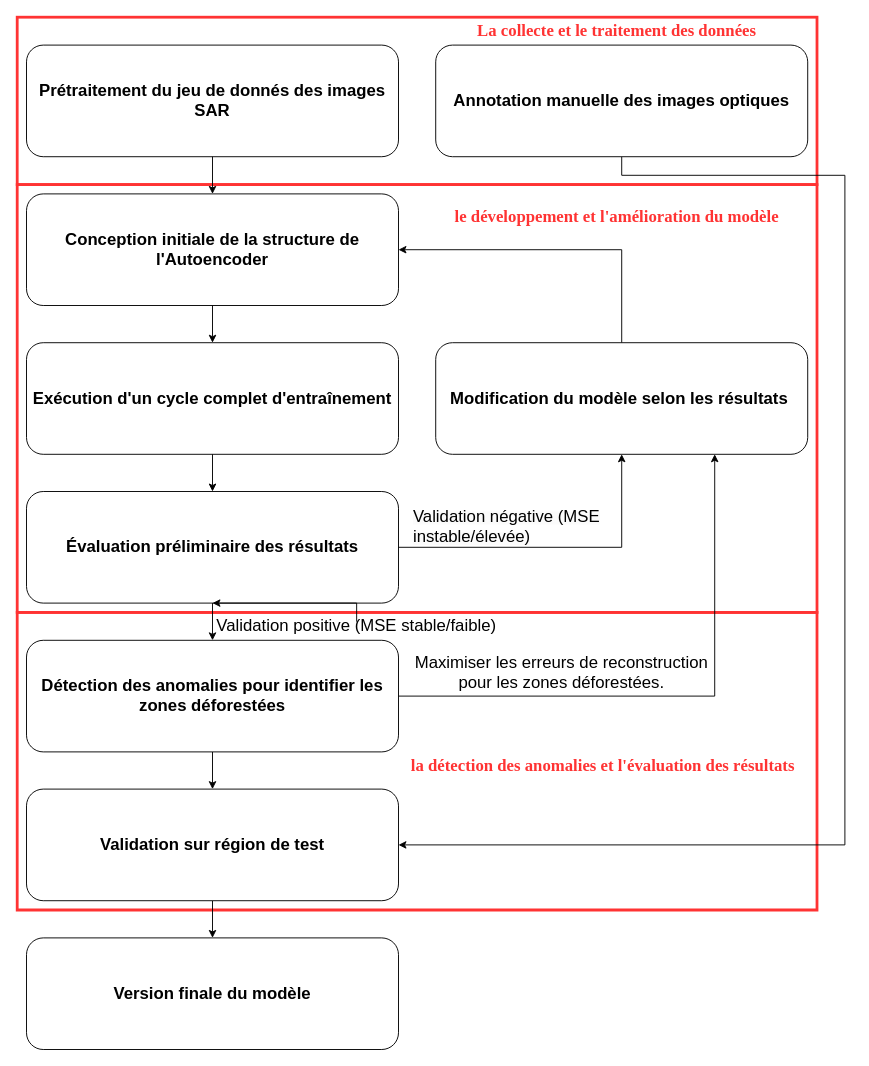
Above: report/flow_chart/flow_chart_ppt.drawio in ZhangYiFan2003/SAR_Deforestation_Detection_Autoencoder (draw.io), before the change. Source tidied: cells renumbered, new cells numbered last; positions are measured from the earlier drawing's top-left corner, leaving out a move shared by most shapes. Both pictures are drawn from the tidied source at 93%, with x=0, y=0 at pixel (17, 17).
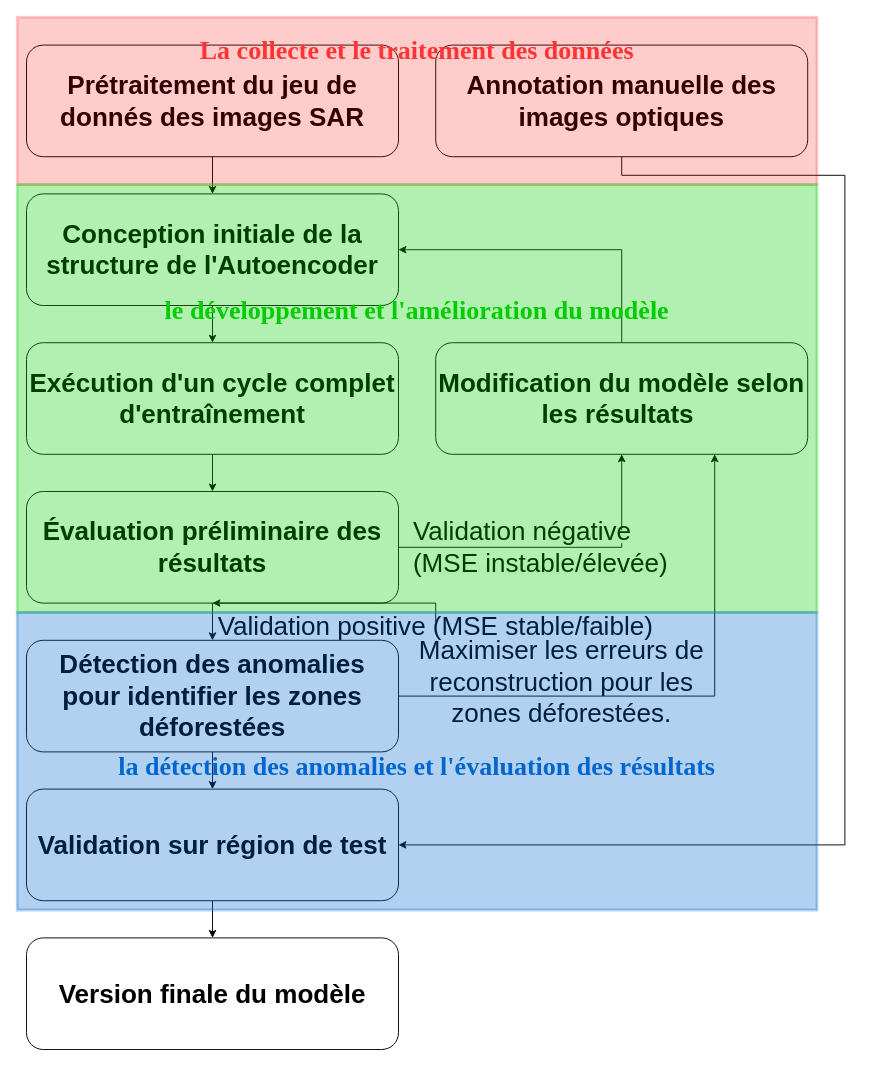
After the change.

The edit, as a diff of the source:
```diff
@@
-    <mxCell id="2" style="verticalLabelPosition=bottom;verticalAlign=top;html=1;shape=mxgraph.basic.rect;fillColor2=none;strokeWidth=3;size=20;indent=5;strokeColor=#FF3333;" parent="1" vertex="1">
-      <mxGeometry y="640" width="860" height="320" as="geometry" />
-    </mxCell>
-    <mxCell id="3" style="rounded=0;whiteSpace=wrap;html=1;strokeWidth=3;strokeColor=#FF3333;" parent="1" vertex="1">
-      <mxGeometry y="180" width="860" height="460" as="geometry" />
-    </mxCell>
-    <mxCell id="4" value="&lt;h1&gt;&lt;br&gt;&lt;/h1&gt;" style="rounded=0;whiteSpace=wrap;html=1;fillColor=none;strokeWidth=3;strokeColor=#FF3333;" parent="1" vertex="1">
-      <mxGeometry width="860" height="180" as="geometry" />
-    </mxCell>
@@
-    <mxCell id="6" value="&lt;b&gt;&lt;font style=&quot;font-size: 18px;&quot;&gt;Annotation manuelle des images optiques&lt;/font&gt;&lt;/b&gt;" style="rounded=1;whiteSpace=wrap;html=1;fontSize=12;glass=0;strokeWidth=1;shadow=0;" parent="1" vertex="1">
+    <mxCell id="6" value="&lt;b&gt;&lt;font style=&quot;font-size: 28px;&quot;&gt;Annotation manuelle des images optiques&lt;/font&gt;&lt;/b&gt;" style="rounded=1;whiteSpace=wrap;html=1;fontSize=12;glass=0;strokeWidth=1;shadow=0;" parent="1" vertex="1">
       <mxGeometry x="450" y="30" width="400" height="120" as="geometry" />
     </mxCell>
-    <mxCell id="7" value="&lt;b&gt;&lt;font style=&quot;font-size: 18px;&quot;&gt;Prétraitement du jeu de donnés des images SAR&lt;/font&gt;&lt;/b&gt;" style="rounded=1;whiteSpace=wrap;html=1;fontSize=12;glass=0;strokeWidth=1;shadow=0;" parent="1" vertex="1">
+    <mxCell id="7" value="&lt;b&gt;&lt;font style=&quot;font-size: 28px;&quot;&gt;Prétraitement du jeu de donnés des images SAR&lt;/font&gt;&lt;/b&gt;" style="rounded=1;whiteSpace=wrap;html=1;fontSize=12;glass=0;strokeWidth=1;shadow=0;" parent="1" vertex="1">
       <mxGeometry x="10" y="30" width="400" height="120" as="geometry" />
     </mxCell>
@@
-    <mxCell id="9" value="&lt;b&gt;&lt;font style=&quot;font-size: 18px;&quot;&gt;Conception initiale de la structure de l'Autoencoder&lt;/font&gt;&lt;/b&gt;" style="rounded=1;whiteSpace=wrap;html=1;fontSize=12;glass=0;strokeWidth=1;shadow=0;" parent="1" vertex="1">
+    <mxCell id="9" value="&lt;b&gt;&lt;font style=&quot;font-size: 28px;&quot;&gt;Conception initiale de la structure de l'Autoencoder&lt;/font&gt;&lt;/b&gt;" style="rounded=1;whiteSpace=wrap;html=1;fontSize=12;glass=0;strokeWidth=1;shadow=0;" parent="1" vertex="1">
       <mxGeometry x="10" y="190" width="400" height="120" as="geometry" />
     </mxCell>
@@
-    <mxCell id="11" value="&lt;b&gt;&lt;font style=&quot;font-size: 18px;&quot;&gt;Exécution d'un cycle complet d'entraînement&lt;/font&gt;&lt;/b&gt;" style="rounded=1;whiteSpace=wrap;html=1;fontSize=12;glass=0;strokeWidth=1;shadow=0;" parent="1" vertex="1">
+    <mxCell id="11" value="&lt;b&gt;&lt;font style=&quot;font-size: 28px;&quot;&gt;Exécution d'un cycle complet d'entraînement&lt;/font&gt;&lt;/b&gt;" style="rounded=1;whiteSpace=wrap;html=1;fontSize=12;glass=0;strokeWidth=1;shadow=0;" parent="1" vertex="1">
       <mxGeometry x="10" y="350" width="400" height="120" as="geometry" />
     </mxCell>
@@
-    <mxCell id="14" value="&lt;b&gt;&lt;font style=&quot;font-size: 18px;&quot;&gt;Évaluation préliminaire des résultats&lt;/font&gt;&lt;/b&gt;" style="rounded=1;whiteSpace=wrap;html=1;fontSize=12;glass=0;strokeWidth=1;shadow=0;" parent="1" vertex="1">
+    <mxCell id="14" value="&lt;b&gt;&lt;font style=&quot;font-size: 28px;&quot;&gt;Évaluation préliminaire des résultats&lt;/font&gt;&lt;/b&gt;" style="rounded=1;whiteSpace=wrap;html=1;fontSize=12;glass=0;strokeWidth=1;shadow=0;" parent="1" vertex="1">
       <mxGeometry x="10" y="510" width="400" height="120" as="geometry" />
     </mxCell>
@@
-    <mxCell id="17" value="&lt;font style=&quot;font-size: 18px;&quot;&gt;&lt;b&gt;Modification du modèle selon les résultats&lt;/b&gt;&lt;span style=&quot;background-color: transparent; color: light-dark(rgb(0, 0, 0), rgb(255, 255, 255));&quot;&gt;&amp;nbsp;&lt;/span&gt;&lt;/font&gt;" style="rounded=1;whiteSpace=wrap;html=1;fontSize=12;glass=0;strokeWidth=1;shadow=0;" parent="1" vertex="1">
+    <mxCell id="17" value="&lt;font style=&quot;font-size: 28px;&quot;&gt;&lt;b style=&quot;&quot;&gt;Modification du modèle selon les résultats&lt;/b&gt;&lt;span style=&quot;background-color: transparent; color: light-dark(rgb(0, 0, 0), rgb(255, 255, 255));&quot;&gt;&amp;nbsp;&lt;/span&gt;&lt;/font&gt;" style="rounded=1;whiteSpace=wrap;html=1;fontSize=12;glass=0;strokeWidth=1;shadow=0;" parent="1" vertex="1">
       <mxGeometry x="450" y="350" width="400" height="120" as="geometry" />
     </mxCell>
@@
-    <mxCell id="19" value="&lt;span style=&quot;text-align: left;&quot;&gt;&lt;b&gt;&lt;font style=&quot;font-size: 18px;&quot;&gt;Validation sur région de test&lt;/font&gt;&lt;/b&gt;&lt;/span&gt;" style="rounded=1;whiteSpace=wrap;html=1;fontSize=12;glass=0;strokeWidth=1;shadow=0;" parent="1" vertex="1">
+    <mxCell id="19" value="&lt;span style=&quot;text-align: left;&quot;&gt;&lt;b&gt;&lt;font style=&quot;font-size: 28px;&quot;&gt;Validation sur région de test&lt;/font&gt;&lt;/b&gt;&lt;/span&gt;" style="rounded=1;whiteSpace=wrap;html=1;fontSize=12;glass=0;strokeWidth=1;shadow=0;" parent="1" vertex="1">
       <mxGeometry x="10" y="830" width="400" height="120" as="geometry" />
     </mxCell>
-    <mxCell id="20" value="&lt;span style=&quot;text-align: left;&quot;&gt;&lt;b&gt;&lt;font style=&quot;font-size: 18px;&quot;&gt;Version finale du modèle&lt;/font&gt;&lt;/b&gt;&lt;/span&gt;" style="rounded=1;whiteSpace=wrap;html=1;fontSize=12;glass=0;strokeWidth=1;shadow=0;" parent="1" vertex="1">
+    <mxCell id="20" value="&lt;span style=&quot;text-align: left;&quot;&gt;&lt;b&gt;&lt;font style=&quot;font-size: 28px;&quot;&gt;Version finale du modèle&lt;/font&gt;&lt;/b&gt;&lt;/span&gt;" style="rounded=1;whiteSpace=wrap;html=1;fontSize=12;glass=0;strokeWidth=1;shadow=0;" parent="1" vertex="1">
       <mxGeometry x="10" y="990" width="400" height="120" as="geometry" />
     </mxCell>
@@
-    <mxCell id="22" value="&lt;font style=&quot;font-size: 18px;&quot;&gt;Validation positive (MSE stable/faible)&lt;/font&gt;" style="text;html=1;align=center;verticalAlign=middle;whiteSpace=wrap;rounded=0;fontSize=16;" parent="1" vertex="1">
-      <mxGeometry x="200" y="650" width="330" height="10" as="geometry" />
+    <mxCell id="22" value="&lt;font style=&quot;font-size: 28px;&quot;&gt;Validation positive (MSE stable/faible)&lt;/font&gt;" style="text;html=1;align=center;verticalAlign=middle;whiteSpace=wrap;rounded=0;fontSize=16;" parent="1" vertex="1">
+      <mxGeometry x="200" y="650" width="500" height="10" as="geometry" />
     </mxCell>
-    <mxCell id="23" value="&lt;span style=&quot;color: rgb(0, 0, 0); font-family: Helvetica; font-style: normal; font-variant-ligatures: normal; font-variant-caps: normal; font-weight: 400; letter-spacing: normal; orphans: 2; text-align: center; text-indent: 0px; text-transform: none; widows: 2; word-spacing: 0px; -webkit-text-stroke-width: 0px; white-space: normal; background-color: rgb(251, 251, 251); text-decoration-thickness: initial; text-decoration-style: initial; text-decoration-color: initial; float: none; display: inline !important;&quot;&gt;&lt;font style=&quot;font-size: 18px;&quot;&gt;Validation négative (MSE instable/élevée)&lt;/font&gt;&lt;/span&gt;&lt;div&gt;&lt;br&gt;&lt;/div&gt;" style="text;whiteSpace=wrap;html=1;" parent="1" vertex="1">
-      <mxGeometry x="424" y="520" width="214" height="20" as="geometry" />
+    <mxCell id="23" value="&lt;span style=&quot;color: rgb(0, 0, 0); font-family: Helvetica; font-style: normal; font-variant-ligatures: normal; font-variant-caps: normal; font-weight: 400; letter-spacing: normal; orphans: 2; text-align: center; text-indent: 0px; text-transform: none; widows: 2; word-spacing: 0px; -webkit-text-stroke-width: 0px; white-space: normal; background-color: rgb(251, 251, 251); text-decoration-thickness: initial; text-decoration-style: initial; text-decoration-color: initial; float: none; display: inline !important;&quot;&gt;&lt;font style=&quot;font-size: 28px;&quot;&gt;Validation négative (MSE instable/élevée)&lt;/font&gt;&lt;/span&gt;&lt;div&gt;&lt;br&gt;&lt;/div&gt;" style="text;whiteSpace=wrap;html=1;" parent="1" vertex="1">
+      <mxGeometry x="424" y="530" width="296" height="20" as="geometry" />
     </mxCell>
@@
-    <mxCell id="25" value="&lt;b&gt;&lt;font style=&quot;font-size: 18px;&quot;&gt;Détection des anomalies pour identifier les zones déforestées&lt;/font&gt;&lt;/b&gt;" style="rounded=1;whiteSpace=wrap;html=1;fontSize=12;glass=0;strokeWidth=1;shadow=0;" parent="1" vertex="1">
+    <mxCell id="25" value="&lt;b&gt;&lt;font style=&quot;font-size: 28px;&quot;&gt;Détection des anomalies pour identifier les zones déforestées&lt;/font&gt;&lt;/b&gt;" style="rounded=1;whiteSpace=wrap;html=1;fontSize=12;glass=0;strokeWidth=1;shadow=0;" parent="1" vertex="1">
       <mxGeometry x="10" y="670" width="400" height="120" as="geometry" />
     </mxCell>
     <mxCell id="26" style="edgeStyle=orthogonalEdgeStyle;rounded=0;jettySize=auto;html=1;exitX=1;exitY=0.5;exitDx=0;exitDy=0;" parent="1" edge="1" source="25">
       <mxGeometry relative="1" as="geometry">
         <mxPoint x="750" y="470" as="targetPoint" />
         <Array as="points">
           <mxPoint x="750" y="730" />
-          <mxPoint x="750" y="472" />
         </Array>
       </mxGeometry>
     </mxCell>
-    <mxCell id="27" value="&lt;font style=&quot;font-size: 18px;&quot;&gt;Maximiser les erreurs de reconstruction pour les zones déforestées.&lt;/font&gt;" style="text;html=1;align=center;verticalAlign=middle;whiteSpace=wrap;rounded=0;" parent="1" vertex="1">
-      <mxGeometry x="424" y="690" width="323" height="30" as="geometry" />
-    </mxCell>
-    <mxCell id="28" value="&lt;span id=&quot;docs-internal-guid-7b2d1290-7fff-6e79-5190-64a3875b58ab&quot;&gt;&lt;span style=&quot;font-family: Cambria, serif; background-color: transparent; font-variant-numeric: normal; font-variant-east-asian: normal; font-variant-alternates: normal; font-variant-position: normal; vertical-align: baseline; white-space-collapse: preserve;&quot;&gt;&lt;font style=&quot;font-size: 18px; color: rgb(255, 51, 51);&quot;&gt;&lt;b&gt;La collecte et le traitement des données&lt;/b&gt;&lt;/font&gt;&lt;/span&gt;&lt;/span&gt;" style="text;html=1;align=center;verticalAlign=middle;whiteSpace=wrap;rounded=0;" parent="1" vertex="1">
-      <mxGeometry x="475" width="340" height="30" as="geometry" />
-    </mxCell>
-    <mxCell id="29" value="&lt;font style=&quot;color: rgb(255, 51, 51);&quot; face=&quot;Cambria, serif&quot;&gt;&lt;span style=&quot;font-size: 18px; white-space-collapse: preserve;&quot;&gt;&lt;b&gt;le développement et l'amélioration du modèle&lt;/b&gt;&lt;/span&gt;&lt;/font&gt;" style="text;html=1;align=center;verticalAlign=middle;whiteSpace=wrap;rounded=0;" parent="1" vertex="1">
-      <mxGeometry x="450" y="200" width="390" height="30" as="geometry" />
+    <mxCell id="29" value="&lt;font style=&quot;font-size: 28px; color: rgb(0, 204, 0);&quot; face=&quot;Cambria, serif&quot;&gt;&lt;span style=&quot;white-space-collapse: preserve;&quot;&gt;&lt;b style=&quot;&quot;&gt;le développement et l'amélioration du modèle&lt;/b&gt;&lt;/span&gt;&lt;/font&gt;" style="text;html=1;align=center;verticalAlign=middle;whiteSpace=wrap;rounded=0;" parent="1" vertex="1">
+      <mxGeometry x="130" y="300" width="600" height="30" as="geometry" />
     </mxCell>
-    <mxCell id="30" value="&lt;font face=&quot;Cambria, serif&quot; color=&quot;#ff3333&quot;&gt;&lt;span style=&quot;font-size: 18px; white-space-collapse: preserve;&quot;&gt;&lt;b&gt;la détection des anomalies et l'évaluation des résultats&lt;/b&gt;&lt;/span&gt;&lt;/font&gt;" style="text;html=1;align=center;verticalAlign=middle;whiteSpace=wrap;rounded=0;" parent="1" vertex="1">
-      <mxGeometry x="400" y="790" width="460" height="30" as="geometry" />
+    <mxCell id="30" value="&lt;font style=&quot;color: rgb(0, 102, 204); font-size: 28px;&quot; face=&quot;Cambria, serif&quot;&gt;&lt;span style=&quot;white-space-collapse: preserve;&quot;&gt;&lt;b style=&quot;&quot;&gt;la détection des anomalies et l'évaluation des résultats&lt;/b&gt;&lt;/span&gt;&lt;/font&gt;" style="text;html=1;align=center;verticalAlign=middle;whiteSpace=wrap;rounded=0;" parent="1" vertex="1">
+      <mxGeometry x="70" y="790" width="720" height="30" as="geometry" />
     </mxCell>
+    <mxCell id="27" value="&lt;font style=&quot;font-size: 28px;&quot;&gt;Maximiser les erreurs de reconstruction pour les zones déforestées.&lt;/font&gt;" style="text;html=1;align=center;verticalAlign=middle;whiteSpace=wrap;rounded=0;" parent="1" vertex="1">
+      <mxGeometry x="424" y="700" width="323" height="30" as="geometry" />
+    </mxCell>
+    <mxCell id="4" value="&lt;h1&gt;&lt;br&gt;&lt;/h1&gt;" style="rounded=0;whiteSpace=wrap;html=1;fillColor=#FF0000;strokeWidth=3;strokeColor=#FF0000;opacity=20;" parent="1" vertex="1">
+      <mxGeometry width="860" height="180" as="geometry" />
+    </mxCell>
+    <mxCell id="28" value="&lt;span id=&quot;docs-internal-guid-7b2d1290-7fff-6e79-5190-64a3875b58ab&quot;&gt;&lt;span style=&quot;font-family: Cambria, serif; background-color: transparent; font-variant-numeric: normal; font-variant-east-asian: normal; font-variant-alternates: normal; font-variant-position: normal; vertical-align: baseline; white-space-collapse: preserve;&quot;&gt;&lt;font style=&quot;color: rgb(255, 51, 51); font-size: 28px;&quot;&gt;&lt;b style=&quot;&quot;&gt;La collecte et le traitement des données&lt;/b&gt;&lt;/font&gt;&lt;/span&gt;&lt;/span&gt;" style="text;html=1;align=center;verticalAlign=middle;whiteSpace=wrap;rounded=0;" parent="1" vertex="1">
+      <mxGeometry x="175" y="20" width="510" height="30" as="geometry" />
+    </mxCell>
+    <mxCell id="3" style="rounded=0;whiteSpace=wrap;html=1;strokeWidth=3;strokeColor=#00CC00;fillColor=#00CC00;opacity=30;" parent="1" vertex="1">
+      <mxGeometry y="180" width="860" height="460" as="geometry" />
+    </mxCell>
+    <mxCell id="2" style="verticalLabelPosition=bottom;verticalAlign=top;html=1;shape=mxgraph.basic.rect;fillColor2=none;strokeWidth=3;size=20;indent=5;strokeColor=#0066CC;fillColor=#0066CC;opacity=30;" parent="1" vertex="1">
+      <mxGeometry y="640" width="860" height="320" as="geometry" />
+    </mxCell>
```
